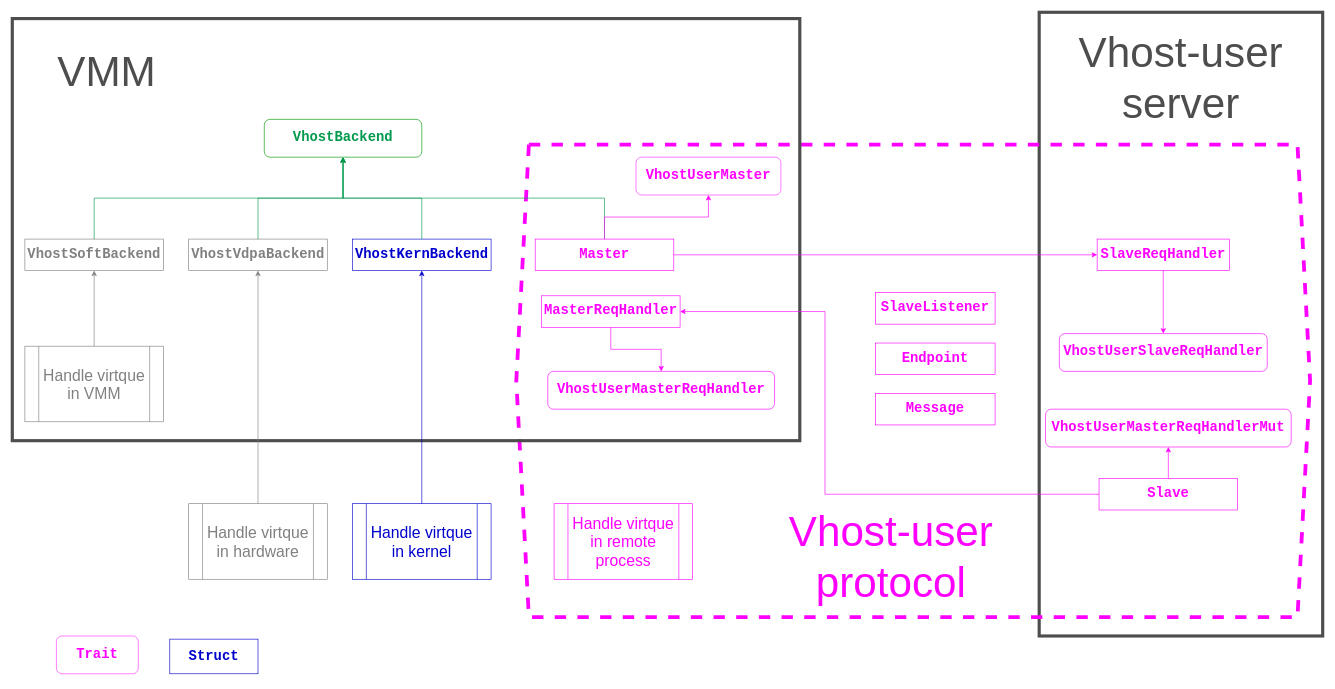
CodeLinaro-mirror/la_kernel_platform_external_rust_android-crates-io keeps this draw.io diagram as crates/vhost/docs/vhost_architecture.drawio. Above is the earlier version. Source tidied: cells renumbered, new cells numbered last; positions are measured from the earlier drawing's top-left corner, leaving out a move shared by most shapes. Both pictures are drawn from the tidied source at 63%, with x=0, y=0 at pixel (12, 12).
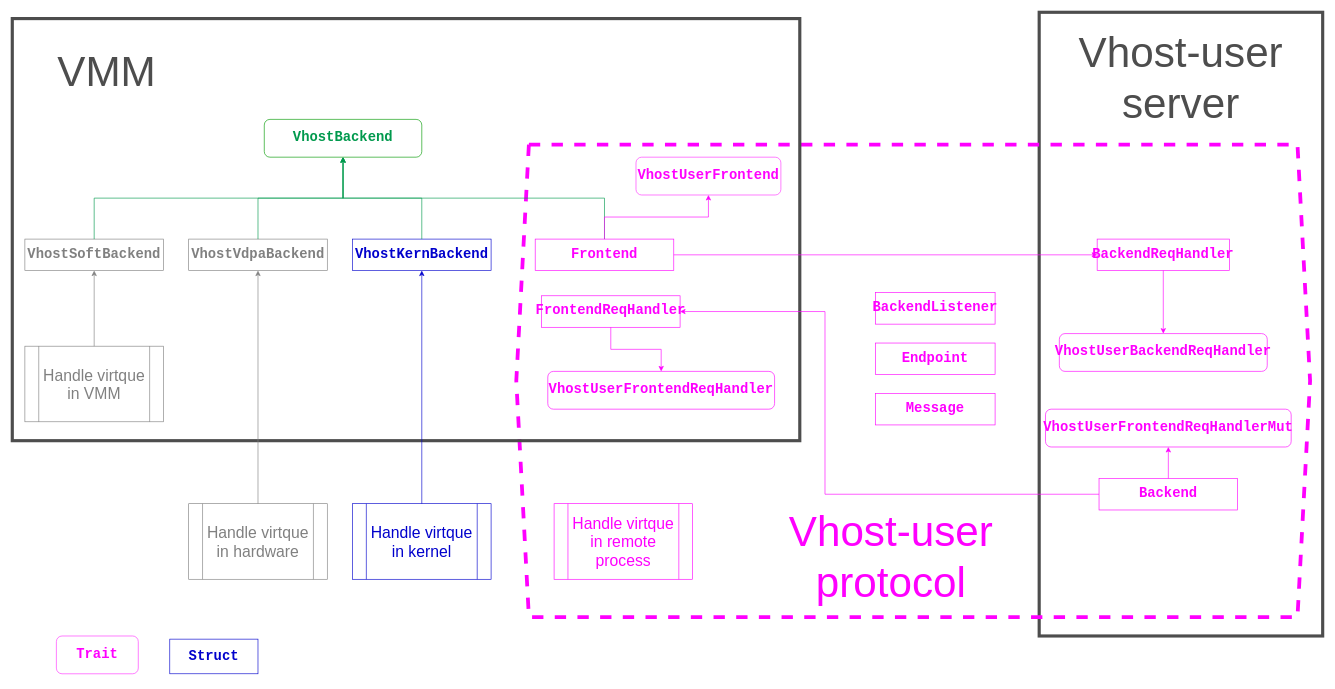
The same page after the edit.

Change to the diagram source:
```diff
@@
-    <mxCell id="5" value="&lt;pre style=&quot;font-family: &amp;quot;jetbrains mono&amp;quot;, monospace; font-size: 16.5pt;&quot;&gt;MasterReqHandler&lt;/pre&gt;" style="rounded=0;whiteSpace=wrap;html=1;fontStyle=1;labelBackgroundColor=none;fontColor=#FF00FF;strokeColor=#FF00FF;" parent="1" vertex="1">
+    <mxCell id="5" value="&lt;pre style=&quot;font-family: &amp;quot;jetbrains mono&amp;quot;, monospace; font-size: 16.5pt;&quot;&gt;FrontendReqHandler&lt;/pre&gt;" style="rounded=0;whiteSpace=wrap;html=1;fontStyle=1;labelBackgroundColor=none;fontColor=#FF00FF;strokeColor=#FF00FF;" parent="1" vertex="1">
       <mxGeometry x="840" y="450" width="220" height="50" as="geometry" />
     </mxCell>
-    <mxCell id="6" value="&lt;pre style=&quot;font-size: 16.5pt; font-weight: 700; font-family: &amp;quot;jetbrains mono&amp;quot;, monospace;&quot;&gt;VhostUserMasterReqHandler&lt;/pre&gt;" style="rounded=1;whiteSpace=wrap;html=1;labelBackgroundColor=none;fontColor=#FF00FF;strokeColor=#FF00FF;" parent="1" vertex="1">
+    <mxCell id="6" value="&lt;pre style=&quot;font-size: 16.5pt; font-weight: 700; font-family: &amp;quot;jetbrains mono&amp;quot;, monospace;&quot;&gt;VhostUserFrontendReqHandler&lt;/pre&gt;" style="rounded=1;whiteSpace=wrap;html=1;labelBackgroundColor=none;fontColor=#FF00FF;strokeColor=#FF00FF;" parent="1" vertex="1">
       <mxGeometry x="850" y="570" width="360" height="60" as="geometry" />
     </mxCell>
@@
-    <mxCell id="8" value="&lt;pre style=&quot;font-family: &amp;quot;jetbrains mono&amp;quot;, monospace; font-size: 16.5pt;&quot;&gt;&lt;pre style=&quot;font-family: &amp;quot;jetbrains mono&amp;quot; , monospace ; font-size: 16.5pt&quot;&gt;Slave&lt;/pre&gt;&lt;/pre&gt;" style="rounded=0;whiteSpace=wrap;html=1;fontStyle=1;labelBackgroundColor=none;fontColor=#FF00FF;strokeColor=#FF00FF;" parent="1" vertex="1">
+    <mxCell id="8" value="&lt;pre style=&quot;font-family: &amp;quot;jetbrains mono&amp;quot;, monospace; font-size: 16.5pt;&quot;&gt;&lt;pre style=&quot;font-family: &amp;quot;jetbrains mono&amp;quot; , monospace ; font-size: 16.5pt&quot;&gt;Backend&lt;/pre&gt;&lt;/pre&gt;" style="rounded=0;whiteSpace=wrap;html=1;fontStyle=1;labelBackgroundColor=none;fontColor=#FF00FF;strokeColor=#FF00FF;" parent="1" vertex="1">
       <mxGeometry x="1725" y="740" width="220" height="50" as="geometry" />
     </mxCell>
-    <mxCell id="9" value="&lt;pre style=&quot;font-size: 16.5pt; font-weight: 700; font-family: &amp;quot;jetbrains mono&amp;quot;, monospace;&quot;&gt;VhostUserMasterReqHandlerMut&lt;/pre&gt;" style="rounded=1;whiteSpace=wrap;html=1;labelBackgroundColor=none;fontColor=#FF00FF;strokeColor=#FF00FF;" parent="1" vertex="1">
+    <mxCell id="9" value="&lt;pre style=&quot;font-size: 16.5pt; font-weight: 700; font-family: &amp;quot;jetbrains mono&amp;quot;, monospace;&quot;&gt;VhostUserFrontendReqHandlerMut&lt;/pre&gt;" style="rounded=1;whiteSpace=wrap;html=1;labelBackgroundColor=none;fontColor=#FF00FF;strokeColor=#FF00FF;" parent="1" vertex="1">
       <mxGeometry x="1640" y="630" width="390" height="60" as="geometry" />
     </mxCell>
@@
-    <mxCell id="11" value="&lt;pre style=&quot;font-family: &amp;quot;jetbrains mono&amp;quot;, monospace; font-size: 16.5pt;&quot;&gt;&lt;pre style=&quot;font-family: &amp;quot;jetbrains mono&amp;quot; , monospace ; font-size: 16.5pt&quot;&gt;SlaveListener&lt;/pre&gt;&lt;/pre&gt;" style="rounded=0;whiteSpace=wrap;html=1;fontStyle=1;labelBackgroundColor=none;fontColor=#FF00FF;strokeColor=#FF00FF;" parent="1" vertex="1">
+    <mxCell id="11" value="&lt;pre style=&quot;font-family: &amp;quot;jetbrains mono&amp;quot;, monospace; font-size: 16.5pt;&quot;&gt;&lt;pre style=&quot;font-family: &amp;quot;jetbrains mono&amp;quot; , monospace ; font-size: 16.5pt&quot;&gt;BackendListener&lt;/pre&gt;&lt;/pre&gt;" style="rounded=0;whiteSpace=wrap;html=1;fontStyle=1;labelBackgroundColor=none;fontColor=#FF00FF;strokeColor=#FF00FF;" parent="1" vertex="1">
       <mxGeometry x="1370" y="445" width="190" height="50" as="geometry" />
     </mxCell>
-    <mxCell id="12" value="&lt;pre style=&quot;font-family: &amp;quot;jetbrains mono&amp;quot;, monospace; font-size: 16.5pt;&quot;&gt;&lt;pre style=&quot;font-family: &amp;quot;jetbrains mono&amp;quot; , monospace ; font-size: 16.5pt&quot;&gt;&lt;pre style=&quot;font-family: &amp;quot;jetbrains mono&amp;quot; , monospace ; font-size: 16.5pt&quot;&gt;SlaveReqHandler&lt;/pre&gt;&lt;/pre&gt;&lt;/pre&gt;" style="rounded=0;whiteSpace=wrap;html=1;fontStyle=1;labelBackgroundColor=none;fontColor=#FF00FF;strokeColor=#FF00FF;" parent="1" vertex="1">
+    <mxCell id="12" value="&lt;pre style=&quot;font-family: &amp;quot;jetbrains mono&amp;quot;, monospace; font-size: 16.5pt;&quot;&gt;&lt;pre style=&quot;font-family: &amp;quot;jetbrains mono&amp;quot; , monospace ; font-size: 16.5pt&quot;&gt;&lt;pre style=&quot;font-family: &amp;quot;jetbrains mono&amp;quot; , monospace ; font-size: 16.5pt&quot;&gt;BackendReqHandler&lt;/pre&gt;&lt;/pre&gt;&lt;/pre&gt;" style="rounded=0;whiteSpace=wrap;html=1;fontStyle=1;labelBackgroundColor=none;fontColor=#FF00FF;strokeColor=#FF00FF;" parent="1" vertex="1">
       <mxGeometry x="1722" y="360" width="210" height="50" as="geometry" />
     </mxCell>
-    <mxCell id="13" value="&lt;pre style=&quot;font-size: 16.5pt; font-weight: 700; font-family: &amp;quot;jetbrains mono&amp;quot;, monospace;&quot;&gt;&lt;pre style=&quot;font-family: &amp;quot;jetbrains mono&amp;quot;, monospace; font-size: 16.5pt;&quot;&gt;VhostUserSlaveReqHandler&lt;/pre&gt;&lt;/pre&gt;" style="rounded=1;whiteSpace=wrap;html=1;labelBackgroundColor=none;fontColor=#FF00FF;strokeColor=#FF00FF;" parent="1" vertex="1">
+    <mxCell id="13" value="&lt;pre style=&quot;font-size: 16.5pt; font-weight: 700; font-family: &amp;quot;jetbrains mono&amp;quot;, monospace;&quot;&gt;&lt;pre style=&quot;font-family: &amp;quot;jetbrains mono&amp;quot;, monospace; font-size: 16.5pt;&quot;&gt;VhostUserBackendReqHandler&lt;/pre&gt;&lt;/pre&gt;" style="rounded=1;whiteSpace=wrap;html=1;labelBackgroundColor=none;fontColor=#FF00FF;strokeColor=#FF00FF;" parent="1" vertex="1">
       <mxGeometry x="1662" y="510" width="330" height="60" as="geometry" />
     </mxCell>
@@
-    <mxCell id="18" value="&lt;pre style=&quot;font-family: &amp;quot;jetbrains mono&amp;quot; , monospace ; font-size: 16.5pt&quot;&gt;Master&lt;/pre&gt;" style="rounded=0;whiteSpace=wrap;html=1;fontStyle=1;labelBackgroundColor=none;fontColor=#FF00FF;strokeColor=#FF00FF;" parent="1" vertex="1">
+    <mxCell id="18" value="&lt;pre style=&quot;font-family: &amp;quot;jetbrains mono&amp;quot; , monospace ; font-size: 16.5pt&quot;&gt;Frontend&lt;/pre&gt;" style="rounded=0;whiteSpace=wrap;html=1;fontStyle=1;labelBackgroundColor=none;fontColor=#FF00FF;strokeColor=#FF00FF;" parent="1" vertex="1">
       <mxGeometry x="830" y="360" width="220" height="50" as="geometry" />
     </mxCell>
@@
-    <mxCell id="32" value="&lt;pre style=&quot;font-size: 16.5pt ; font-weight: 700 ; font-family: &amp;quot;jetbrains mono&amp;quot; , monospace&quot;&gt;&lt;pre style=&quot;font-family: &amp;quot;jetbrains mono&amp;quot; , monospace ; font-size: 16.5pt&quot;&gt;VhostUserMaster&lt;/pre&gt;&lt;/pre&gt;" style="rounded=1;whiteSpace=wrap;html=1;labelBackgroundColor=none;strokeColor=#FF33FF;fontColor=#FF00FF;" parent="1" vertex="1">
+    <mxCell id="32" value="&lt;pre style=&quot;font-size: 16.5pt ; font-weight: 700 ; font-family: &amp;quot;jetbrains mono&amp;quot; , monospace&quot;&gt;&lt;pre style=&quot;font-family: &amp;quot;jetbrains mono&amp;quot; , monospace ; font-size: 16.5pt&quot;&gt;VhostUserFrontend&lt;/pre&gt;&lt;/pre&gt;" style="rounded=1;whiteSpace=wrap;html=1;labelBackgroundColor=none;strokeColor=#FF33FF;fontColor=#FF00FF;" parent="1" vertex="1">
       <mxGeometry x="990" y="230" width="230" height="60" as="geometry" />
     </mxCell>
```
